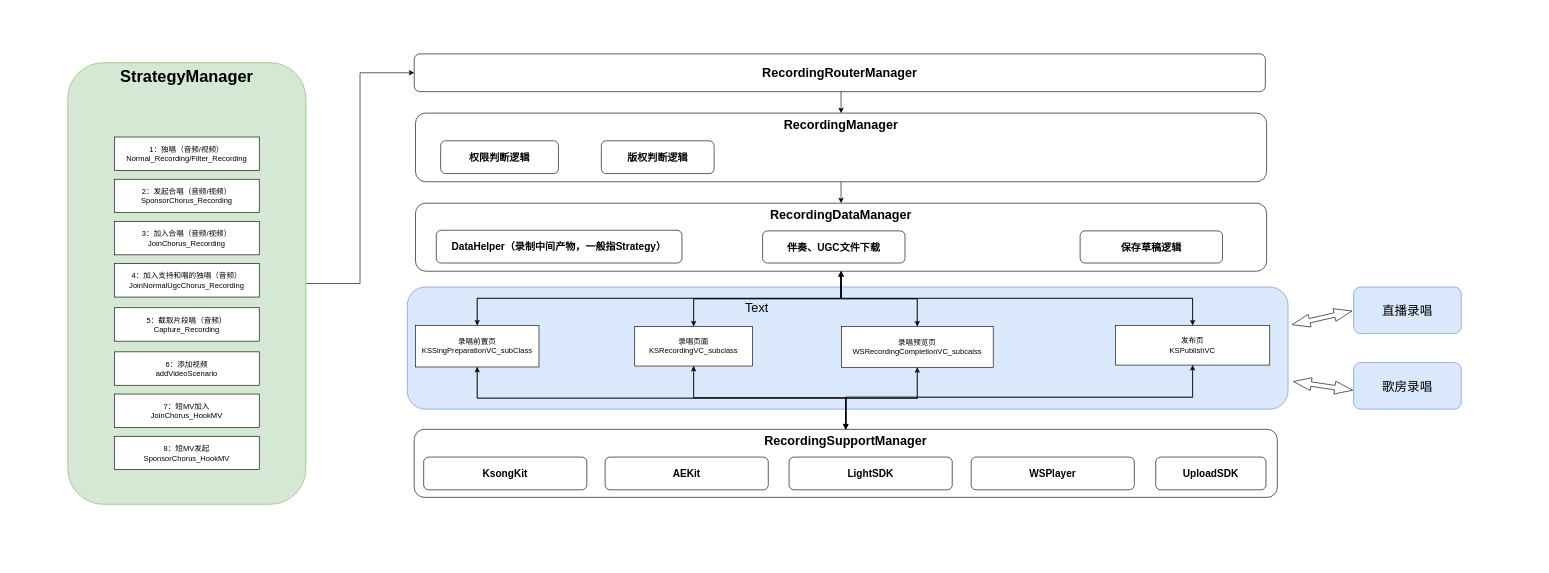
This is newre.drawio from MolierQueen/Xmind, a draw.io file, before an edit. Source tidied: cells renumbered, new cells numbered last; positions are measured from the earlier drawing's top-left corner, leaving out a move shared by most shapes. Both pictures are drawn from the tidied source at 63%, with x=0, y=0 at pixel (11, 12).
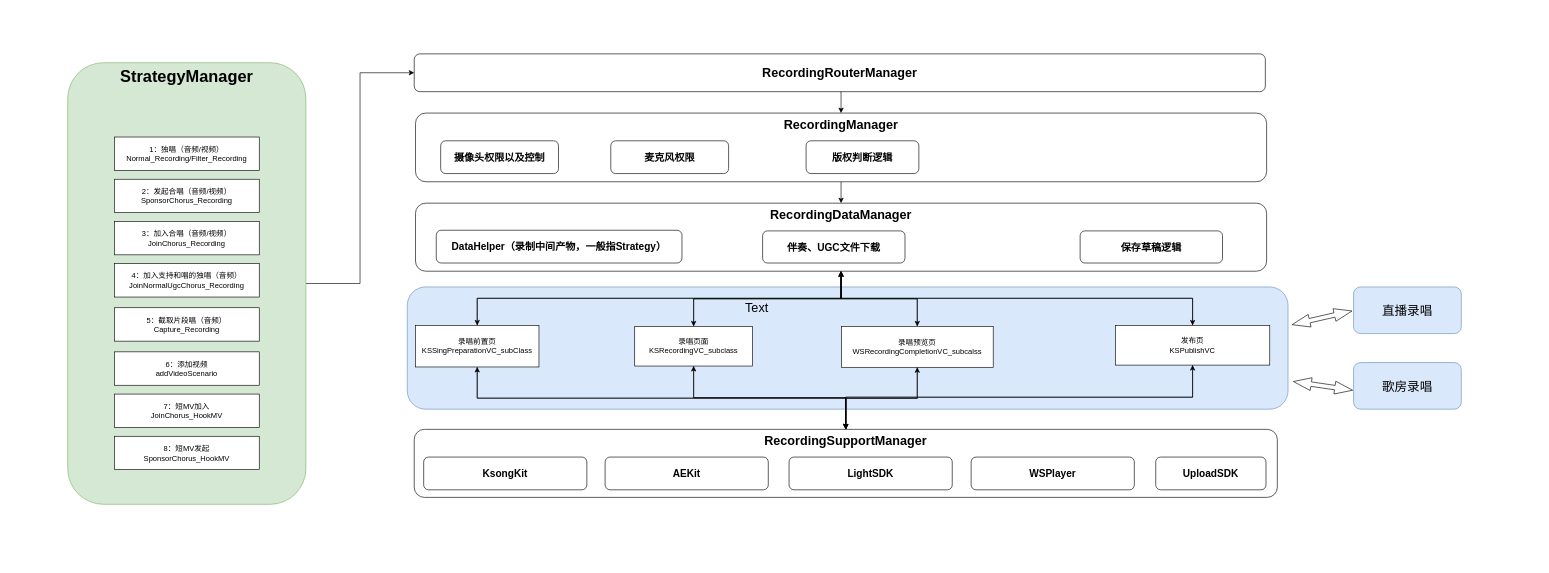
After the change.

Diff of the diagram source:
```diff
@@
-    <mxCell id="30" value="权限判断逻辑" style="rounded=1;whiteSpace=wrap;html=1;verticalAlign=middle;fontStyle=1;fontSize=16;" parent="1" vertex="1">
+    <mxCell id="30" value="摄像头权限以及控制" style="rounded=1;whiteSpace=wrap;html=1;verticalAlign=middle;fontStyle=1;fontSize=16;" parent="1" vertex="1">
       <mxGeometry x="682" y="204" width="187" height="52" as="geometry" />
     </mxCell>
@@
     <mxCell id="41" value="版权判断逻辑" style="rounded=1;whiteSpace=wrap;html=1;verticalAlign=middle;fontStyle=1;fontSize=16;" parent="1" vertex="1">
-      <mxGeometry x="937" y="204" width="179" height="52" as="geometry" />
+      <mxGeometry x="1262" y="204" width="179" height="52" as="geometry" />
     </mxCell>
@@
+    <mxCell id="61" value="麦克风权限" style="rounded=1;whiteSpace=wrap;html=1;verticalAlign=middle;fontStyle=1;fontSize=16;" parent="1" vertex="1">
+      <mxGeometry x="952" y="204" width="187" height="52" as="geometry" />
+    </mxCell>
```
